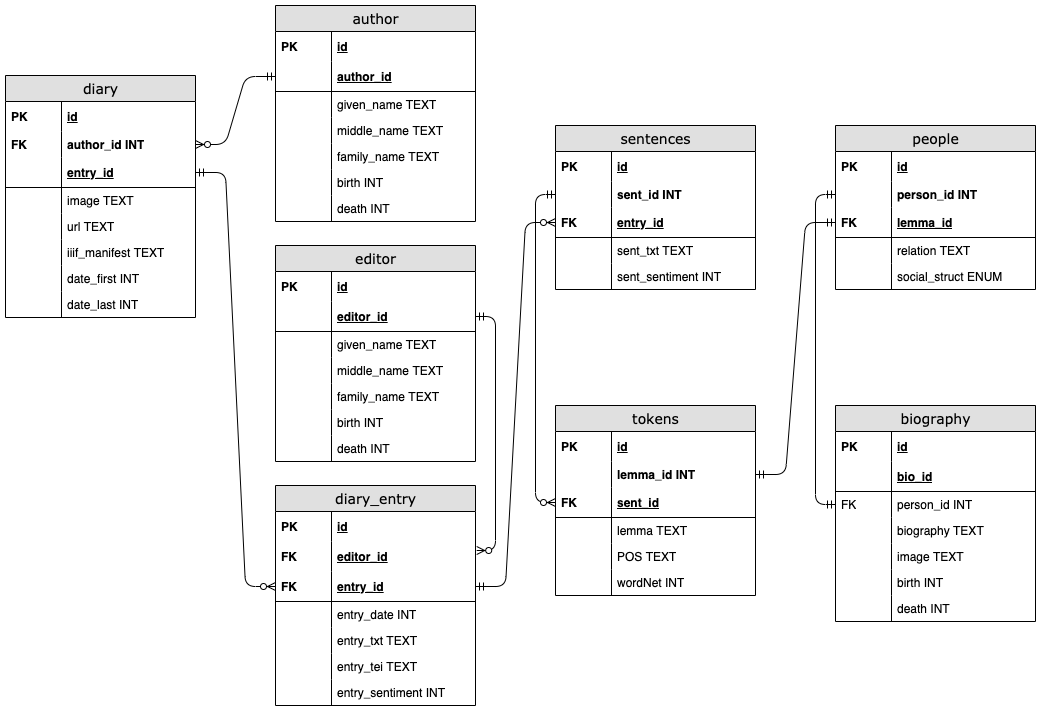
Earlier version of the draw.io export sql_db/EBA.png (eba-diary/apps). Source tidied: cells renumbered, new cells last; positions are measured from the earlier drawing's top-left corner, leaving out a move shared by most shapes.
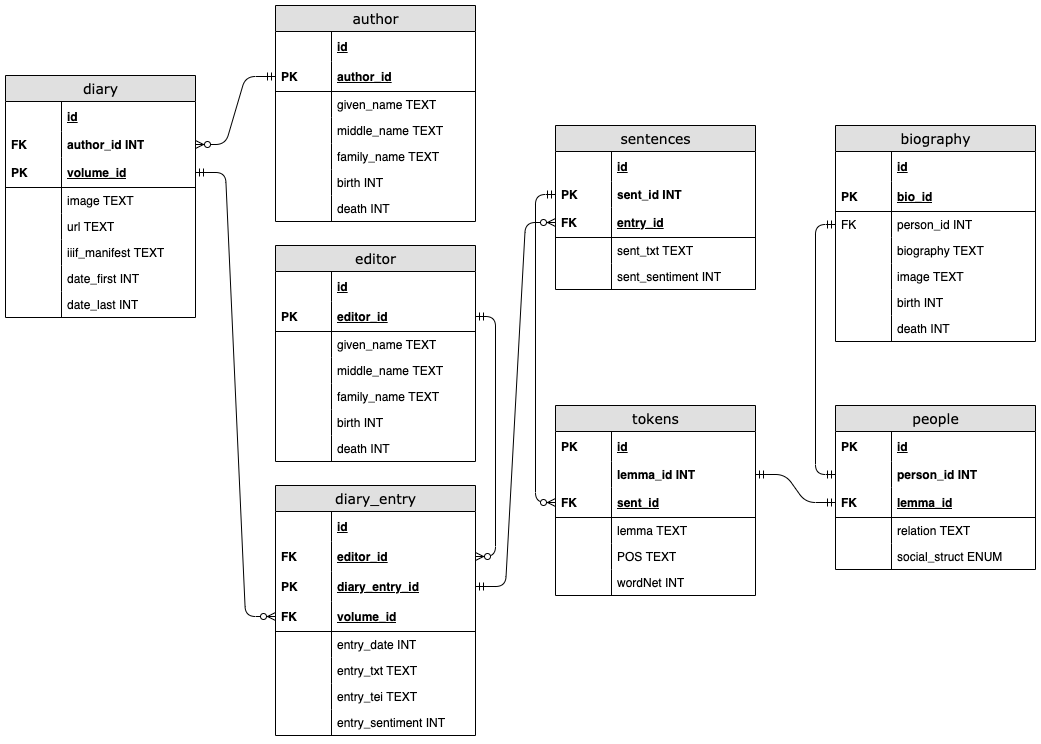
After the commit.

The edit, as a diff of the source:
```diff
@@ -8,13 +8,13 @@
     <mxCell id="3" value="id" style="shape=partialRectangle;top=0;left=0;right=0;bottom=0;html=1;align=left;verticalAlign=middle;fillColor=none;spacingLeft=60;spacingRight=4;whiteSpace=wrap;overflow=hidden;fontStyle=5;" parent="2" vertex="1">
       <mxGeometry y="26" width="200" height="30" as="geometry" />
     </mxCell>
-    <mxCell id="4" value="PK&lt;br&gt;" style="shape=partialRectangle;fontStyle=1;top=0;left=0;bottom=0;html=1;fillColor=none;align=left;verticalAlign=middle;spacingLeft=4;spacingRight=4;whiteSpace=wrap;overflow=hidden;" parent="3" vertex="1">
+    <mxCell id="4" style="shape=partialRectangle;fontStyle=1;top=0;left=0;bottom=0;html=1;fillColor=none;align=left;verticalAlign=middle;spacingLeft=4;spacingRight=4;whiteSpace=wrap;overflow=hidden;" parent="3" vertex="1">
       <mxGeometry width="56" height="30" as="geometry" />
     </mxCell>
     <mxCell id="5" value="author_id" style="shape=partialRectangle;top=0;left=0;right=0;bottom=1;html=1;align=left;verticalAlign=middle;fillColor=none;spacingLeft=60;spacingRight=4;whiteSpace=wrap;overflow=hidden;points=[[0,0.5],[1,0.5]];portConstraint=eastwest;fontStyle=5;" parent="2" vertex="1">
       <mxGeometry y="56" width="200" height="30" as="geometry" />
     </mxCell>
-    <mxCell id="6" style="shape=partialRectangle;fontStyle=1;top=0;left=0;bottom=0;html=1;fillColor=none;align=left;verticalAlign=middle;spacingLeft=4;spacingRight=4;whiteSpace=wrap;overflow=hidden;" parent="5" vertex="1">
+    <mxCell id="6" value="PK" style="shape=partialRectangle;fontStyle=1;top=0;left=0;bottom=0;html=1;fillColor=none;align=left;verticalAlign=middle;spacingLeft=4;spacingRight=4;whiteSpace=wrap;overflow=hidden;" parent="5" vertex="1">
       <mxGeometry width="56" height="30" as="geometry" />
     </mxCell>
     <mxCell id="7" value="given_name TEXT" style="shape=partialRectangle;top=0;left=0;right=0;bottom=0;html=1;align=left;verticalAlign=top;fillColor=none;spacingLeft=60;spacingRight=4;whiteSpace=wrap;overflow=hidden;" parent="2" vertex="1">
@@ -56,7 +56,7 @@
     <mxCell id="19" value="id" style="shape=partialRectangle;top=0;left=0;right=0;bottom=0;html=1;align=left;verticalAlign=middle;fillColor=none;spacingLeft=60;spacingRight=4;whiteSpace=wrap;overflow=hidden;fontStyle=5;" parent="18" vertex="1">
       <mxGeometry y="26" width="190" height="30" as="geometry" />
     </mxCell>
-    <mxCell id="20" value="PK&lt;br&gt;" style="shape=partialRectangle;fontStyle=1;top=0;left=0;bottom=0;html=1;fillColor=none;align=left;verticalAlign=middle;spacingLeft=4;spacingRight=4;whiteSpace=wrap;overflow=hidden;" parent="19" vertex="1">
+    <mxCell id="20" style="shape=partialRectangle;fontStyle=1;top=0;left=0;bottom=0;html=1;fillColor=none;align=left;verticalAlign=middle;spacingLeft=4;spacingRight=4;whiteSpace=wrap;overflow=hidden;" parent="19" vertex="1">
       <mxGeometry width="56" height="30" as="geometry" />
     </mxCell>
     <mxCell id="21" value="author_id INT" style="shape=partialRectangle;top=0;left=0;right=0;bottom=0;html=1;align=left;verticalAlign=top;fillColor=none;spacingLeft=60;spacingRight=4;whiteSpace=wrap;overflow=hidden;points=[[0,0.5],[1,0.5]];portConstraint=eastwest;fontStyle=1;" parent="18" vertex="1">
@@ -65,10 +65,10 @@
     <mxCell id="22" value="&lt;b&gt;FK&lt;/b&gt;" style="shape=partialRectangle;top=0;left=0;bottom=0;html=1;fillColor=none;align=left;verticalAlign=top;spacingLeft=4;spacingRight=4;whiteSpace=wrap;overflow=hidden;" parent="21" vertex="1">
       <mxGeometry width="56" height="26" as="geometry" />
     </mxCell>
-    <mxCell id="23" value="entry_id" style="shape=partialRectangle;top=0;left=0;right=0;bottom=1;html=1;align=left;verticalAlign=middle;fillColor=none;spacingLeft=60;spacingRight=4;whiteSpace=wrap;overflow=hidden;points=[[0,0.5],[1,0.5]];portConstraint=eastwest;fontStyle=5;" parent="18" vertex="1">
+    <mxCell id="23" value="volume_id" style="shape=partialRectangle;top=0;left=0;right=0;bottom=1;html=1;align=left;verticalAlign=middle;fillColor=none;spacingLeft=60;spacingRight=4;whiteSpace=wrap;overflow=hidden;points=[[0,0.5],[1,0.5]];portConstraint=eastwest;fontStyle=5;" parent="18" vertex="1">
       <mxGeometry y="82" width="190" height="30" as="geometry" />
     </mxCell>
-    <mxCell id="24" style="shape=partialRectangle;fontStyle=1;top=0;left=0;bottom=0;html=1;fillColor=none;align=left;verticalAlign=middle;spacingLeft=4;spacingRight=4;whiteSpace=wrap;overflow=hidden;" parent="23" vertex="1">
+    <mxCell id="24" value="PK" style="shape=partialRectangle;fontStyle=1;top=0;left=0;bottom=0;html=1;fillColor=none;align=left;verticalAlign=middle;spacingLeft=4;spacingRight=4;whiteSpace=wrap;overflow=hidden;" parent="23" vertex="1">
       <mxGeometry width="56" height="30" as="geometry" />
     </mxCell>
     <mxCell id="25" value="image TEXT" style="shape=partialRectangle;top=0;left=0;right=0;bottom=0;html=1;align=left;verticalAlign=top;fillColor=none;spacingLeft=60;spacingRight=4;whiteSpace=wrap;overflow=hidden;" parent="18" vertex="1">
@@ -102,12 +102,12 @@
       <mxGeometry width="56" height="26" as="geometry" />
     </mxCell>
     <mxCell id="35" value="diary_entry" style="swimlane;html=1;fontStyle=0;horizontal=1;startSize=26;fillColor=#e0e0e0;swimlaneFillColor=#ffffff;align=center;rounded=0;shadow=0;comic=0;labelBackgroundColor=none;strokeWidth=1;fontFamily=Verdana;fontSize=14;" parent="1" vertex="1">
-      <mxGeometry x="270" y="480" width="200" height="220" as="geometry" />
+      <mxGeometry x="270" y="480" width="200" height="250" as="geometry" />
     </mxCell>
     <mxCell id="36" value="id" style="shape=partialRectangle;top=0;left=0;right=0;bottom=0;html=1;align=left;verticalAlign=middle;fillColor=none;spacingLeft=60;spacingRight=4;whiteSpace=wrap;overflow=hidden;fontStyle=5;" parent="35" vertex="1">
       <mxGeometry y="26" width="200" height="30" as="geometry" />
     </mxCell>
-    <mxCell id="37" value="PK&lt;br&gt;" style="shape=partialRectangle;fontStyle=1;top=0;left=0;bottom=0;html=1;fillColor=none;align=left;verticalAlign=middle;spacingLeft=4;spacingRight=4;whiteSpace=wrap;overflow=hidden;" parent="36" vertex="1">
+    <mxCell id="37" style="shape=partialRectangle;fontStyle=1;top=0;left=0;bottom=0;html=1;fillColor=none;align=left;verticalAlign=middle;spacingLeft=4;spacingRight=4;whiteSpace=wrap;overflow=hidden;" parent="36" vertex="1">
       <mxGeometry width="56" height="30" as="geometry" />
     </mxCell>
     <mxCell id="38" value="editor_id" style="shape=partialRectangle;top=0;left=0;right=0;bottom=0;html=1;align=left;verticalAlign=middle;fillColor=none;spacingLeft=60;spacingRight=4;whiteSpace=wrap;overflow=hidden;points=[[0,0.5],[1,0.5]];portConstraint=eastwest;fontStyle=5;" parent="35" vertex="1">
@@ -116,32 +116,38 @@
     <mxCell id="39" value="FK" style="shape=partialRectangle;fontStyle=1;top=0;left=0;bottom=0;html=1;fillColor=none;align=left;verticalAlign=middle;spacingLeft=4;spacingRight=4;whiteSpace=wrap;overflow=hidden;" parent="38" vertex="1">
       <mxGeometry width="56" height="30" as="geometry" />
     </mxCell>
+    <mxCell id="121" value="diary_entry_id" style="shape=partialRectangle;top=0;left=0;right=0;bottom=0;html=1;align=left;verticalAlign=middle;fillColor=none;spacingLeft=60;spacingRight=4;whiteSpace=wrap;overflow=hidden;points=[[0,0.5],[1,0.5]];portConstraint=eastwest;fontStyle=5;" parent="35" vertex="1">
+      <mxGeometry y="86" width="200" height="30" as="geometry" />
+    </mxCell>
+    <mxCell id="122" value="PK" style="shape=partialRectangle;fontStyle=1;top=0;left=0;bottom=0;html=1;fillColor=none;align=left;verticalAlign=middle;spacingLeft=4;spacingRight=4;whiteSpace=wrap;overflow=hidden;" parent="121" vertex="1">
+      <mxGeometry width="56" height="30" as="geometry" />
+    </mxCell>
-    <mxCell id="40" value="entry_id" style="shape=partialRectangle;top=0;left=0;right=0;bottom=1;html=1;align=left;verticalAlign=middle;fillColor=none;spacingLeft=60;spacingRight=4;whiteSpace=wrap;overflow=hidden;points=[[0,0.5],[1,0.5]];portConstraint=eastwest;fontStyle=5;" parent="35" vertex="1">
-      <mxGeometry y="86" width="200" height="30" as="geometry" />
+    <mxCell id="40" value="volume_id" style="shape=partialRectangle;top=0;left=0;right=0;bottom=1;html=1;align=left;verticalAlign=middle;fillColor=none;spacingLeft=60;spacingRight=4;whiteSpace=wrap;overflow=hidden;points=[[0,0.5],[1,0.5]];portConstraint=eastwest;fontStyle=5;" parent="35" vertex="1">
+      <mxGeometry y="116" width="200" height="30" as="geometry" />
     </mxCell>
     <mxCell id="41" value="FK" style="shape=partialRectangle;fontStyle=1;top=0;left=0;bottom=0;html=1;fillColor=none;align=left;verticalAlign=middle;spacingLeft=4;spacingRight=4;whiteSpace=wrap;overflow=hidden;" parent="40" vertex="1">
       <mxGeometry width="56" height="30" as="geometry" />
     </mxCell>
     <mxCell id="42" value="entry_date INT" style="shape=partialRectangle;top=0;left=0;right=0;bottom=0;html=1;align=left;verticalAlign=top;fillColor=none;spacingLeft=60;spacingRight=4;whiteSpace=wrap;overflow=hidden;" parent="35" vertex="1">
-      <mxGeometry y="116" width="200" height="26" as="geometry" />
+      <mxGeometry y="146" width="200" height="26" as="geometry" />
     </mxCell>
     <mxCell id="43" style="shape=partialRectangle;top=0;left=0;bottom=0;html=1;fillColor=none;align=left;verticalAlign=top;spacingLeft=4;spacingRight=4;whiteSpace=wrap;overflow=hidden;" parent="42" vertex="1">
       <mxGeometry width="56" height="26" as="geometry" />
     </mxCell>
     <mxCell id="44" value="entry_txt TEXT" style="shape=partialRectangle;top=0;left=0;right=0;bottom=0;html=1;align=left;verticalAlign=top;fillColor=none;spacingLeft=60;spacingRight=4;whiteSpace=wrap;overflow=hidden;" parent="35" vertex="1">
-      <mxGeometry y="142" width="200" height="26" as="geometry" />
+      <mxGeometry y="172" width="200" height="26" as="geometry" />
     </mxCell>
     <mxCell id="45" style="shape=partialRectangle;top=0;left=0;bottom=0;html=1;fillColor=none;align=left;verticalAlign=top;spacingLeft=4;spacingRight=4;whiteSpace=wrap;overflow=hidden;" parent="44" vertex="1">
       <mxGeometry width="56" height="26" as="geometry" />
     </mxCell>
     <mxCell id="46" value="entry_tei TEXT" style="shape=partialRectangle;top=0;left=0;right=0;bottom=0;html=1;align=left;verticalAlign=top;fillColor=none;spacingLeft=60;spacingRight=4;whiteSpace=wrap;overflow=hidden;" parent="35" vertex="1">
-      <mxGeometry y="168" width="200" height="26" as="geometry" />
+      <mxGeometry y="198" width="200" height="26" as="geometry" />
     </mxCell>
     <mxCell id="47" style="shape=partialRectangle;top=0;left=0;bottom=0;html=1;fillColor=none;align=left;verticalAlign=top;spacingLeft=4;spacingRight=4;whiteSpace=wrap;overflow=hidden;" parent="46" vertex="1">
       <mxGeometry width="56" height="26" as="geometry" />
     </mxCell>
     <mxCell id="48" value="entry_sentiment INT" style="shape=partialRectangle;top=0;left=0;right=0;bottom=0;html=1;align=left;verticalAlign=top;fillColor=none;spacingLeft=60;spacingRight=4;whiteSpace=wrap;overflow=hidden;" parent="35" vertex="1">
-      <mxGeometry y="194" width="200" height="26" as="geometry" />
+      <mxGeometry y="224" width="200" height="26" as="geometry" />
     </mxCell>
     <mxCell id="49" style="shape=partialRectangle;top=0;left=0;bottom=0;html=1;fillColor=none;align=left;verticalAlign=top;spacingLeft=4;spacingRight=4;whiteSpace=wrap;overflow=hidden;" parent="48" vertex="1">
       <mxGeometry width="56" height="26" as="geometry" />
@@ -155,13 +161,13 @@
     <mxCell id="52" value="id" style="shape=partialRectangle;top=0;left=0;right=0;bottom=0;html=1;align=left;verticalAlign=middle;fillColor=none;spacingLeft=60;spacingRight=4;whiteSpace=wrap;overflow=hidden;fontStyle=5;" parent="51" vertex="1">
       <mxGeometry y="26" width="200" height="30" as="geometry" />
     </mxCell>
-    <mxCell id="53" value="PK&lt;br&gt;" style="shape=partialRectangle;fontStyle=1;top=0;left=0;bottom=0;html=1;fillColor=none;align=left;verticalAlign=middle;spacingLeft=4;spacingRight=4;whiteSpace=wrap;overflow=hidden;" parent="52" vertex="1">
+    <mxCell id="53" style="shape=partialRectangle;fontStyle=1;top=0;left=0;bottom=0;html=1;fillColor=none;align=left;verticalAlign=middle;spacingLeft=4;spacingRight=4;whiteSpace=wrap;overflow=hidden;" parent="52" vertex="1">
       <mxGeometry width="56" height="30" as="geometry" />
     </mxCell>
     <mxCell id="54" value="&lt;b&gt;sent_id INT&lt;/b&gt;" style="shape=partialRectangle;top=0;left=0;right=0;bottom=0;html=1;align=left;verticalAlign=top;fillColor=none;spacingLeft=60;spacingRight=4;whiteSpace=wrap;overflow=hidden;points=[[0,0.5],[1,0.5]];portConstraint=eastwest;" parent="51" vertex="1">
       <mxGeometry y="56" width="200" height="26" as="geometry" />
     </mxCell>
-    <mxCell id="55" style="shape=partialRectangle;top=0;left=0;bottom=0;html=1;fillColor=none;align=left;verticalAlign=top;spacingLeft=4;spacingRight=4;whiteSpace=wrap;overflow=hidden;" parent="54" vertex="1">
+    <mxCell id="55" value="&lt;b&gt;PK&lt;/b&gt;" style="shape=partialRectangle;top=0;left=0;bottom=0;html=1;fillColor=none;align=left;verticalAlign=top;spacingLeft=4;spacingRight=4;whiteSpace=wrap;overflow=hidden;" parent="54" vertex="1">
       <mxGeometry width="56" height="26" as="geometry" />
     </mxCell>
     <mxCell id="56" value="entry_id" style="shape=partialRectangle;top=0;left=0;right=0;bottom=1;html=1;align=left;verticalAlign=middle;fillColor=none;spacingLeft=60;spacingRight=4;whiteSpace=wrap;overflow=hidden;points=[[0,0.5],[1,0.5]];portConstraint=eastwest;fontStyle=5;" parent="51" vertex="1">
@@ -222,7 +228,7 @@
       <mxGeometry width="56" height="26" as="geometry" />
     </mxCell>
     <mxCell id="75" value="people" style="swimlane;html=1;fontStyle=0;horizontal=1;startSize=26;fillColor=#e0e0e0;swimlaneFillColor=#ffffff;align=center;rounded=0;shadow=0;comic=0;labelBackgroundColor=none;strokeWidth=1;fontFamily=Verdana;fontSize=14;swimlaneLine=1;" parent="1" vertex="1">
-      <mxGeometry x="830" y="120" width="200" height="164" as="geometry" />
+      <mxGeometry x="830" y="400" width="200" height="164" as="geometry" />
     </mxCell>
     <mxCell id="76" value="id" style="shape=partialRectangle;top=0;left=0;right=0;bottom=0;html=1;align=left;verticalAlign=middle;fillColor=none;spacingLeft=60;spacingRight=4;whiteSpace=wrap;overflow=hidden;fontStyle=5;" parent="75" vertex="1">
       <mxGeometry y="26" width="200" height="30" as="geometry" />
@@ -258,18 +264,18 @@
       <mxGeometry relative="1" as="geometry" />
     </mxCell>
     <mxCell id="87" value="biography" style="swimlane;html=1;fontStyle=0;horizontal=1;startSize=26;fillColor=#e0e0e0;swimlaneFillColor=#ffffff;align=center;rounded=0;shadow=0;comic=0;labelBackgroundColor=none;strokeWidth=1;fontFamily=Verdana;fontSize=14;swimlaneLine=1;" parent="1" vertex="1">
-      <mxGeometry x="830" y="400" width="200" height="216" as="geometry" />
+      <mxGeometry x="830" y="120" width="200" height="216" as="geometry" />
     </mxCell>
     <mxCell id="88" value="id" style="shape=partialRectangle;top=0;left=0;right=0;bottom=0;html=1;align=left;verticalAlign=middle;fillColor=none;spacingLeft=60;spacingRight=4;whiteSpace=wrap;overflow=hidden;fontStyle=5;" parent="87" vertex="1">
       <mxGeometry y="26" width="200" height="30" as="geometry" />
     </mxCell>
-    <mxCell id="89" value="PK&lt;br&gt;" style="shape=partialRectangle;fontStyle=1;top=0;left=0;bottom=0;html=1;fillColor=none;align=left;verticalAlign=middle;spacingLeft=4;spacingRight=4;whiteSpace=wrap;overflow=hidden;" parent="88" vertex="1">
+    <mxCell id="89" style="shape=partialRectangle;fontStyle=1;top=0;left=0;bottom=0;html=1;fillColor=none;align=left;verticalAlign=middle;spacingLeft=4;spacingRight=4;whiteSpace=wrap;overflow=hidden;" parent="88" vertex="1">
       <mxGeometry width="56" height="30" as="geometry" />
     </mxCell>
     <mxCell id="90" value="bio_id" style="shape=partialRectangle;top=0;left=0;right=0;bottom=1;html=1;align=left;verticalAlign=middle;fillColor=none;spacingLeft=60;spacingRight=4;whiteSpace=wrap;overflow=hidden;fontStyle=5;" parent="87" vertex="1">
       <mxGeometry y="56" width="200" height="30" as="geometry" />
     </mxCell>
-    <mxCell id="91" style="shape=partialRectangle;fontStyle=1;top=0;left=0;bottom=0;html=1;fillColor=none;align=left;verticalAlign=middle;spacingLeft=4;spacingRight=4;whiteSpace=wrap;overflow=hidden;" parent="90" vertex="1">
+    <mxCell id="91" value="PK" style="shape=partialRectangle;fontStyle=1;top=0;left=0;bottom=0;html=1;fillColor=none;align=left;verticalAlign=middle;spacingLeft=4;spacingRight=4;whiteSpace=wrap;overflow=hidden;" parent="90" vertex="1">
       <mxGeometry width="56" height="30" as="geometry" />
     </mxCell>
     <mxCell id="92" value="person_id INT" style="shape=partialRectangle;top=0;left=0;right=0;bottom=0;html=1;align=left;verticalAlign=top;fillColor=none;spacingLeft=60;spacingRight=4;whiteSpace=wrap;overflow=hidden;points=[[0,0.5],[1,0.5]];portConstraint=eastwest;" parent="87" vertex="1">
@@ -309,7 +315,7 @@
         </Array>
       </mxGeometry>
     </mxCell>
-    <mxCell id="103" style="edgeStyle=entityRelationEdgeStyle;fontSize=12;html=1;endArrow=ERzeroToMany;startArrow=ERmandOne;fontFamily=Verdana;exitX=1;exitY=0.5;exitDx=0;exitDy=0;entryX=0;entryY=0.5;entryDx=0;entryDy=0;" parent="1" edge="1" source="40" target="56">
+    <mxCell id="103" style="edgeStyle=entityRelationEdgeStyle;fontSize=12;html=1;endArrow=ERzeroToMany;startArrow=ERmandOne;fontFamily=Verdana;exitX=1;exitY=0.5;exitDx=0;exitDy=0;entryX=0;entryY=0.5;entryDx=0;entryDy=0;" parent="1" edge="1" source="121" target="56">
       <mxGeometry relative="1" as="geometry" />
     </mxCell>
     <mxCell id="104" style="edgeStyle=elbowEdgeStyle;fontSize=12;html=1;endArrow=ERzeroToMany;startArrow=ERmandOne;fontFamily=Verdana;entryX=0;entryY=0.5;entryDx=0;entryDy=0;exitX=0;exitY=0.5;exitDx=0;exitDy=0;" parent="1" edge="1" source="54" target="67">
@@ -326,13 +332,13 @@
     <mxCell id="106" value="id" style="shape=partialRectangle;top=0;left=0;right=0;bottom=0;html=1;align=left;verticalAlign=middle;fillColor=none;spacingLeft=60;spacingRight=4;whiteSpace=wrap;overflow=hidden;fontStyle=5;" parent="105" vertex="1">
       <mxGeometry y="26" width="200" height="30" as="geometry" />
     </mxCell>
-    <mxCell id="107" value="PK&lt;br&gt;" style="shape=partialRectangle;fontStyle=1;top=0;left=0;bottom=0;html=1;fillColor=none;align=left;verticalAlign=middle;spacingLeft=4;spacingRight=4;whiteSpace=wrap;overflow=hidden;" parent="106" vertex="1">
+    <mxCell id="107" style="shape=partialRectangle;fontStyle=1;top=0;left=0;bottom=0;html=1;fillColor=none;align=left;verticalAlign=middle;spacingLeft=4;spacingRight=4;whiteSpace=wrap;overflow=hidden;" parent="106" vertex="1">
       <mxGeometry width="56" height="30" as="geometry" />
     </mxCell>
     <mxCell id="108" value="editor_id" style="shape=partialRectangle;top=0;left=0;right=0;bottom=1;html=1;align=left;verticalAlign=middle;fillColor=none;spacingLeft=60;spacingRight=4;whiteSpace=wrap;overflow=hidden;points=[[0,0.5],[1,0.5]];portConstraint=eastwest;fontStyle=5;" parent="105" vertex="1">
       <mxGeometry y="56" width="200" height="30" as="geometry" />
     </mxCell>
-    <mxCell id="109" style="shape=partialRectangle;fontStyle=1;top=0;left=0;bottom=0;html=1;fillColor=none;align=left;verticalAlign=middle;spacingLeft=4;spacingRight=4;whiteSpace=wrap;overflow=hidden;" parent="108" vertex="1">
+    <mxCell id="109" value="PK" style="shape=partialRectangle;fontStyle=1;top=0;left=0;bottom=0;html=1;fillColor=none;align=left;verticalAlign=middle;spacingLeft=4;spacingRight=4;whiteSpace=wrap;overflow=hidden;" parent="108" vertex="1">
       <mxGeometry width="56" height="30" as="geometry" />
     </mxCell>
     <mxCell id="110" value="given_name TEXT" style="shape=partialRectangle;top=0;left=0;right=0;bottom=0;html=1;align=left;verticalAlign=top;fillColor=none;spacingLeft=60;spacingRight=4;whiteSpace=wrap;overflow=hidden;" parent="105" vertex="1">
@@ -365,7 +371,7 @@
     <mxCell id="119" style="shape=partialRectangle;top=0;left=0;bottom=0;html=1;fillColor=none;align=left;verticalAlign=top;spacingLeft=4;spacingRight=4;whiteSpace=wrap;overflow=hidden;" parent="118" vertex="1">
       <mxGeometry width="56" height="26" as="geometry" />
     </mxCell>
-    <mxCell id="120" style="edgeStyle=elbowEdgeStyle;fontSize=12;html=1;endArrow=ERzeroToMany;startArrow=ERmandOne;strokeWidth=1;exitX=1;exitY=0.5;exitDx=0;exitDy=0;entryX=1.006;entryY=0.3;entryDx=0;entryDy=0;entryPerimeter=0;" parent="1" edge="1" source="108" target="38">
+    <mxCell id="120" style="edgeStyle=elbowEdgeStyle;fontSize=12;html=1;endArrow=ERzeroToMany;startArrow=ERmandOne;strokeWidth=1;exitX=1;exitY=0.5;exitDx=0;exitDy=0;entryX=1;entryY=0.5;entryDx=0;entryDy=0;" parent="1" edge="1" source="108" target="38">
       <mxGeometry relative="1" as="geometry">
         <Array as="points">
           <mxPoint x="490" y="460" />
```
